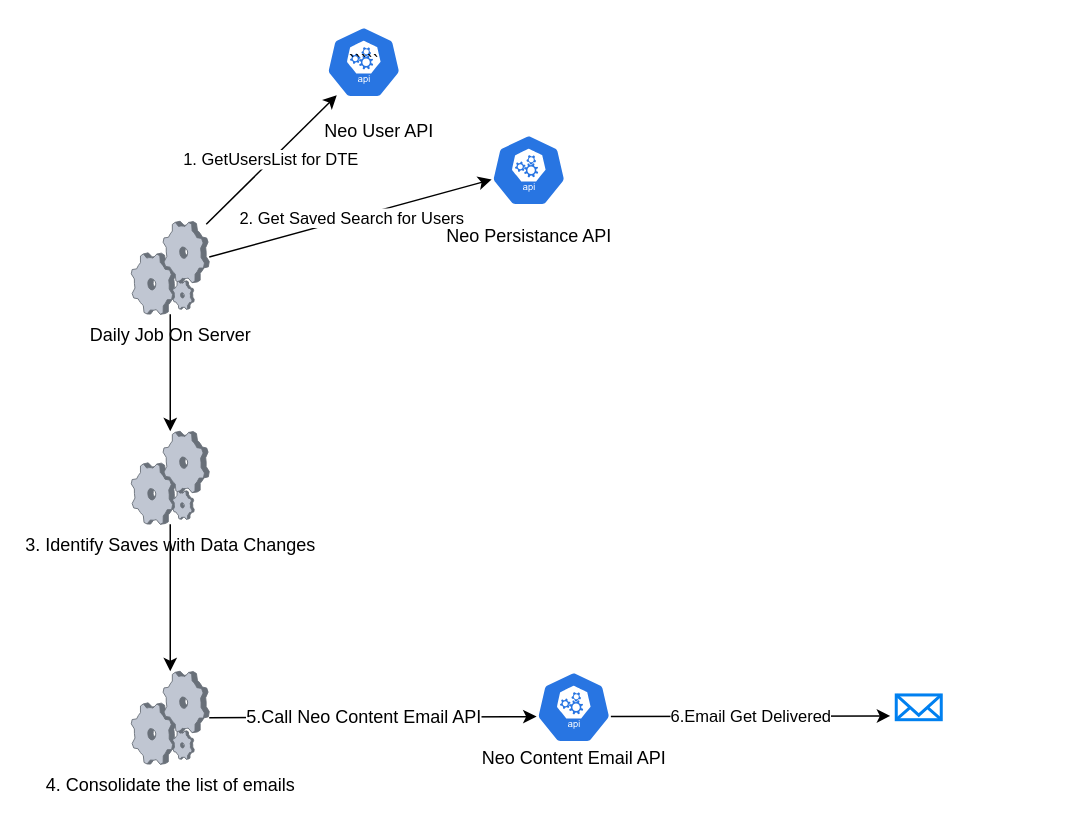
Above: Untitled Diagram.drawio in kpbindu/Diagrams (draw.io), before the change. Source tidied: cells renumbered, new cells numbered last; positions are measured from the earlier drawing's top-left corner, leaving out a move shared by most shapes. Both pictures are drawn from the tidied source at 150%, with x=0, y=0 at pixel (130, 26).
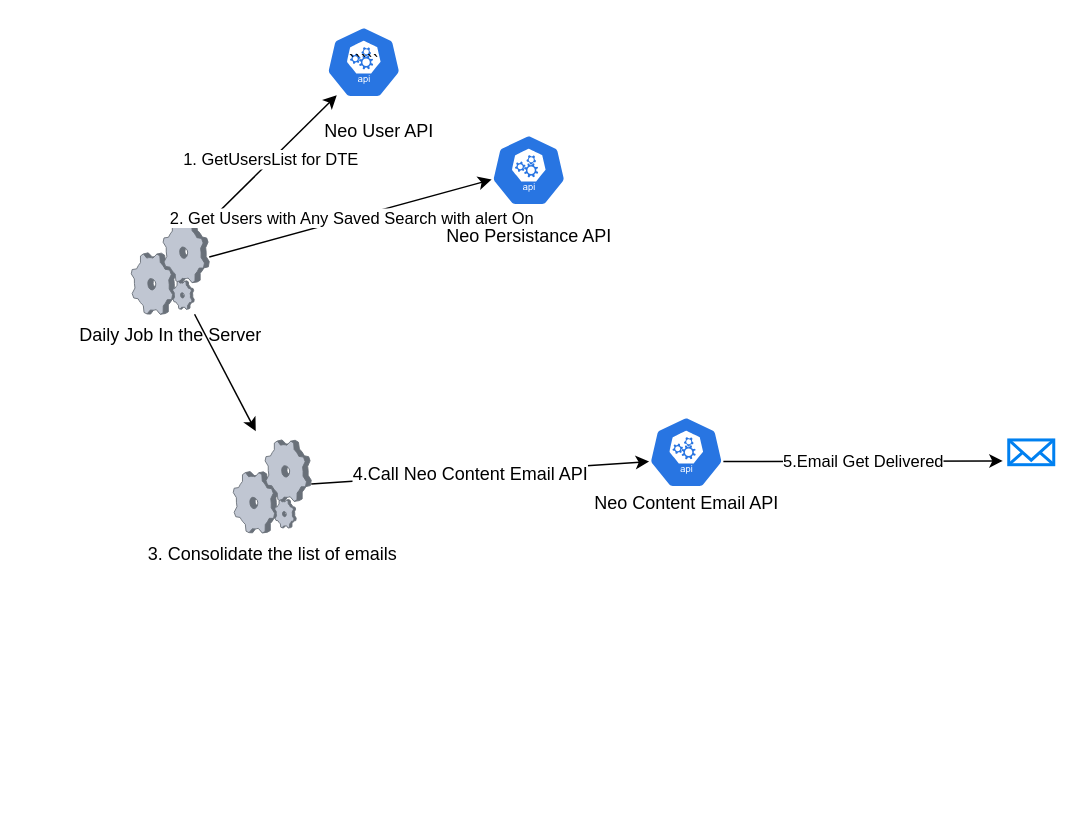
The same diagram, later.

Change to the diagram source:
``````diff
@@
 <mxGraphModel>
   <root>
     <mxCell id="0" />
     <mxCell id="1" parent="0" />
-    <mxCell id="2" value="Daily Job On Server" style="verticalLabelPosition=bottom;html=1;verticalAlign=top;strokeColor=none;align=center;outlineConnect=0;shape=mxgraph.citrix.process;" parent="1" vertex="1">
+    <mxCell id="2" value="Daily Job In the Server" style="verticalLabelPosition=bottom;html=1;verticalAlign=top;strokeColor=none;align=center;outlineConnect=0;shape=mxgraph.citrix.process;" parent="1" vertex="1">
       <mxGeometry y="130" width="52" height="62" as="geometry" />
     </mxCell>
     <mxCell id="3" value="`````" style="html=1;dashed=0;whitespace=wrap;fillColor=#2875E2;strokeColor=#ffffff;shape=mxgraph.kubernetes.icon;prIcon=api;" parent="1" vertex="1">
       <mxGeometry x="130" width="50" height="48" as="geometry" />
     </mxCell>
     <mxCell id="4" value="Neo User API&lt;br&gt;" style="text;html=1;align=center;verticalAlign=middle;fillColor=none;strokeColor=none;rounded=0;" parent="1" vertex="1">
       <mxGeometry x="120" y="60" width="90" height="20" as="geometry" />
     </mxCell>
     <mxCell id="5" value="1. GetUsersList for DTE" style="endArrow=classic;html=1;entryX=0.14;entryY=0.917;entryDx=0;entryDy=0;entryPerimeter=0;" parent="1" edge="1">
       <mxGeometry relative="1" as="geometry">
         <mxPoint x="50" y="132" as="sourcePoint" />
         <mxPoint x="137" y="46" as="targetPoint" />
       </mxGeometry>
     </mxCell>
     <mxCell id="6" style="html=1;dashed=0;whitespace=wrap;fillColor=#2875E2;strokeColor=#ffffff;points=[[0.005,0.63,0],[0.1,0.2,0],[0.9,0.2,0],[0.5,0,0],[0.995,0.63,0],[0.72,0.99,0],[0.5,1,0],[0.28,0.99,0]];shape=mxgraph.kubernetes.icon;prIcon=api;" parent="1" vertex="1">
       <mxGeometry x="240" y="72" width="50" height="48" as="geometry" />
     </mxCell>
     <mxCell id="7" value="Neo Persistance API" style="text;html=1;align=center;verticalAlign=middle;fillColor=none;strokeColor=none;rounded=0;" parent="1" vertex="1">
       <mxGeometry x="200" y="130" width="130" height="20" as="geometry" />
     </mxCell>
-    <mxCell id="8" value="2. Get Saved Search for Users" style="endArrow=classic;html=1;entryX=0.005;entryY=0.63;entryDx=0;entryDy=0;entryPerimeter=0;" parent="1" edge="1" source="2" target="6">
+    <mxCell id="8" value="2. Get Users with Any Saved Search with alert On" style="endArrow=classic;html=1;entryX=0.005;entryY=0.63;entryDx=0;entryDy=0;entryPerimeter=0;" parent="1" edge="1" source="2" target="6">
       <mxGeometry relative="1" as="geometry" />
     </mxCell>
-    <mxCell id="9" value="3. Identify Saves with Data Changes" style="verticalLabelPosition=bottom;html=1;verticalAlign=top;strokeColor=none;align=center;outlineConnect=0;shape=mxgraph.citrix.process;" parent="1" vertex="1">
-      <mxGeometry y="270" width="52" height="62" as="geometry" />
-    </mxCell>
-    <mxCell id="10" style="endArrow=classic;html=1;" parent="1" edge="1" source="2" target="9">
-      <mxGeometry relative="1" as="geometry" />
-    </mxCell>
-    <mxCell id="11" value="4. Consolidate the list of emails" style="verticalLabelPosition=bottom;html=1;verticalAlign=top;strokeColor=none;align=center;outlineConnect=0;shape=mxgraph.citrix.process;" parent="1" vertex="1">
-      <mxGeometry y="430" width="52" height="62" as="geometry" />
+    <mxCell id="11" value="3. Consolidate the list of emails" style="verticalLabelPosition=bottom;html=1;verticalAlign=top;strokeColor=none;align=center;outlineConnect=0;shape=mxgraph.citrix.process;" parent="1" vertex="1">
+      <mxGeometry x="68" y="275.8" width="52" height="62" as="geometry" />
     </mxCell>
-    <mxCell id="12" style="endArrow=classic;html=1;" parent="1" edge="1" source="9" target="11">
-      <mxGeometry relative="1" as="geometry" />
-    </mxCell>
     <mxCell id="13" style="html=1;dashed=0;whitespace=wrap;fillColor=#2875E2;strokeColor=#ffffff;points=[[0.005,0.63,0],[0.1,0.2,0],[0.9,0.2,0],[0.5,0,0],[0.995,0.63,0],[0.72,0.99,0],[0.5,1,0],[0.28,0.99,0]];shape=mxgraph.kubernetes.icon;prIcon=api;" parent="1" vertex="1">
-      <mxGeometry x="270" y="430" width="50" height="48" as="geometry" />
+      <mxGeometry x="345" y="260" width="50" height="48" as="geometry" />
     </mxCell>
     <mxCell id="14" style="endArrow=classic;html=1;entryX=0.005;entryY=0.63;entryDx=0;entryDy=0;entryPerimeter=0;" parent="1" edge="1" source="11" target="13">
       <mxGeometry relative="1" as="geometry" />
     </mxCell>
-    <mxCell id="15" value="5.Call Neo Content Email API" style="text;html=1;align=center;verticalAlign=middle;labelBackgroundColor=#ffffff;" parent="14" vertex="1">
+    <mxCell id="15" value="4.Call Neo Content Email API" style="text;html=1;align=center;verticalAlign=middle;labelBackgroundColor=#ffffff;" parent="14" vertex="1">
       <mxGeometry x="-0.06" relative="1" as="geometry" />
     </mxCell>
     <mxCell id="16" value="Neo Content Email API" style="text;html=1;align=center;verticalAlign=middle;fillColor=none;strokeColor=none;rounded=0;" parent="1" vertex="1">
-      <mxGeometry x="225" y="478" width="140" height="20" as="geometry" />
+      <mxGeometry x="300" y="308" width="140" height="20" as="geometry" />
     </mxCell>
     <mxCell id="17" style="html=1;verticalLabelPosition=bottom;align=center;labelBackgroundColor=#ffffff;verticalAlign=top;strokeWidth=2;strokeColor=#0080F0;shadow=0;dashed=0;shape=mxgraph.ios7.icons.mail;" parent="1" vertex="1">
-      <mxGeometry x="510" y="445.8" width="30" height="16.5" as="geometry" />
+      <mxGeometry x="585" y="275.8" width="30" height="16.5" as="geometry" />
     </mxCell>
-    <mxCell id="18" value="6.Email Get Delivered" style="endArrow=classic;html=1;entryX=-0.133;entryY=0.848;entryDx=0;entryDy=0;entryPerimeter=0;exitX=0.995;exitY=0.63;exitDx=0;exitDy=0;exitPerimeter=0;" parent="1" edge="1" source="13" target="17">
+    <mxCell id="18" value="5.Email Get Delivered" style="endArrow=classic;html=1;entryX=-0.133;entryY=0.848;entryDx=0;entryDy=0;entryPerimeter=0;exitX=0.995;exitY=0.63;exitDx=0;exitDy=0;exitPerimeter=0;" parent="1" edge="1" source="13" target="17">
       <mxGeometry relative="1" as="geometry" />
     </mxCell>
+    <mxCell id="19" style="endArrow=classic;html=1;" parent="1" edge="1" source="2">
+      <mxGeometry relative="1" as="geometry">
+        <mxPoint x="83" y="270" as="targetPoint" />
+      </mxGeometry>
+    </mxCell>
   </root>
 </mxGraphModel>
``````
